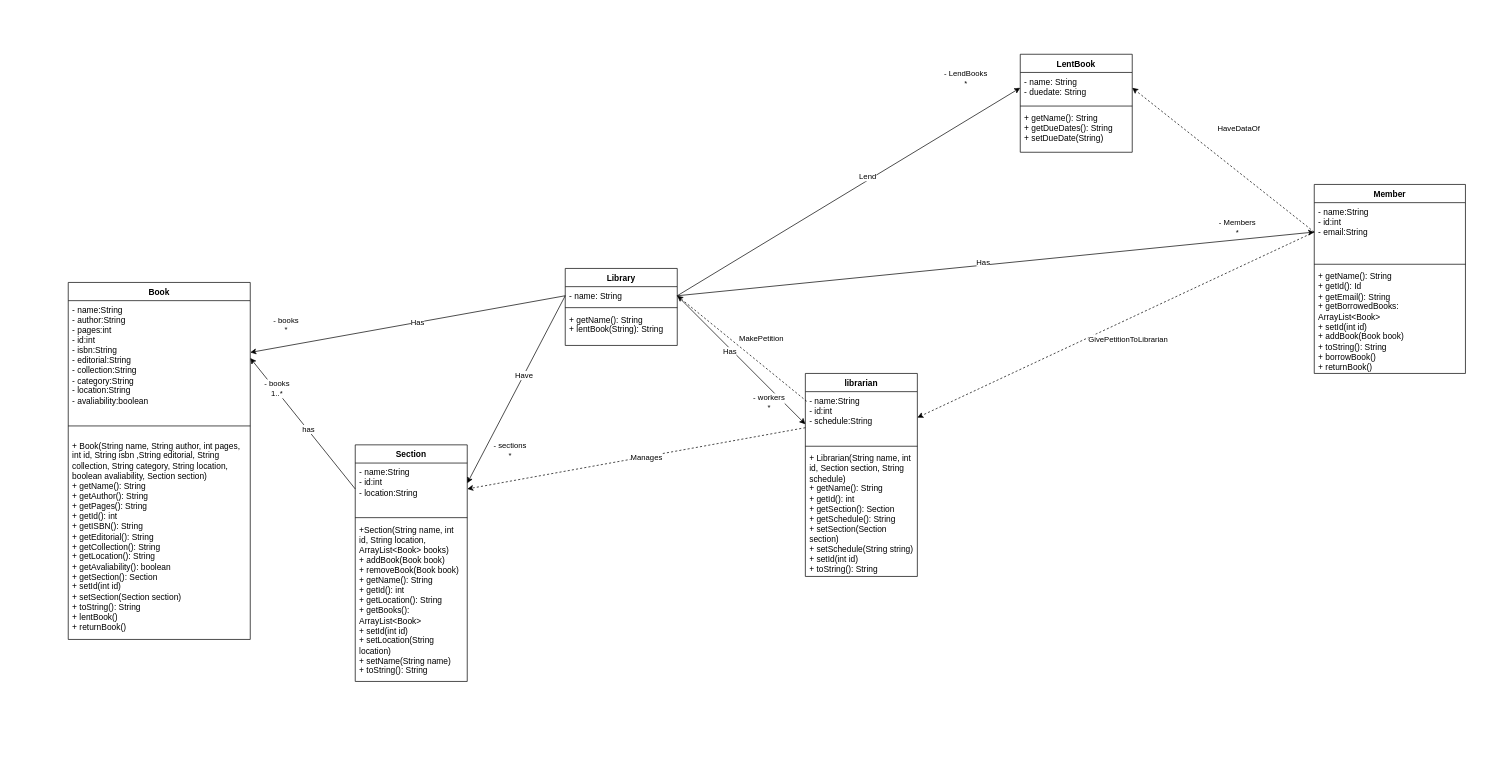
Above: Week6/Library.drawio in Julian-Florez/OOP-Project (draw.io), before the change. Source tidied: cells renumbered, new cells numbered last; positions are measured from the earlier drawing's top-left corner, leaving out a move shared by most shapes. Both pictures are drawn from the tidied source at 70%, with x=0, y=0 at pixel (68, 54).
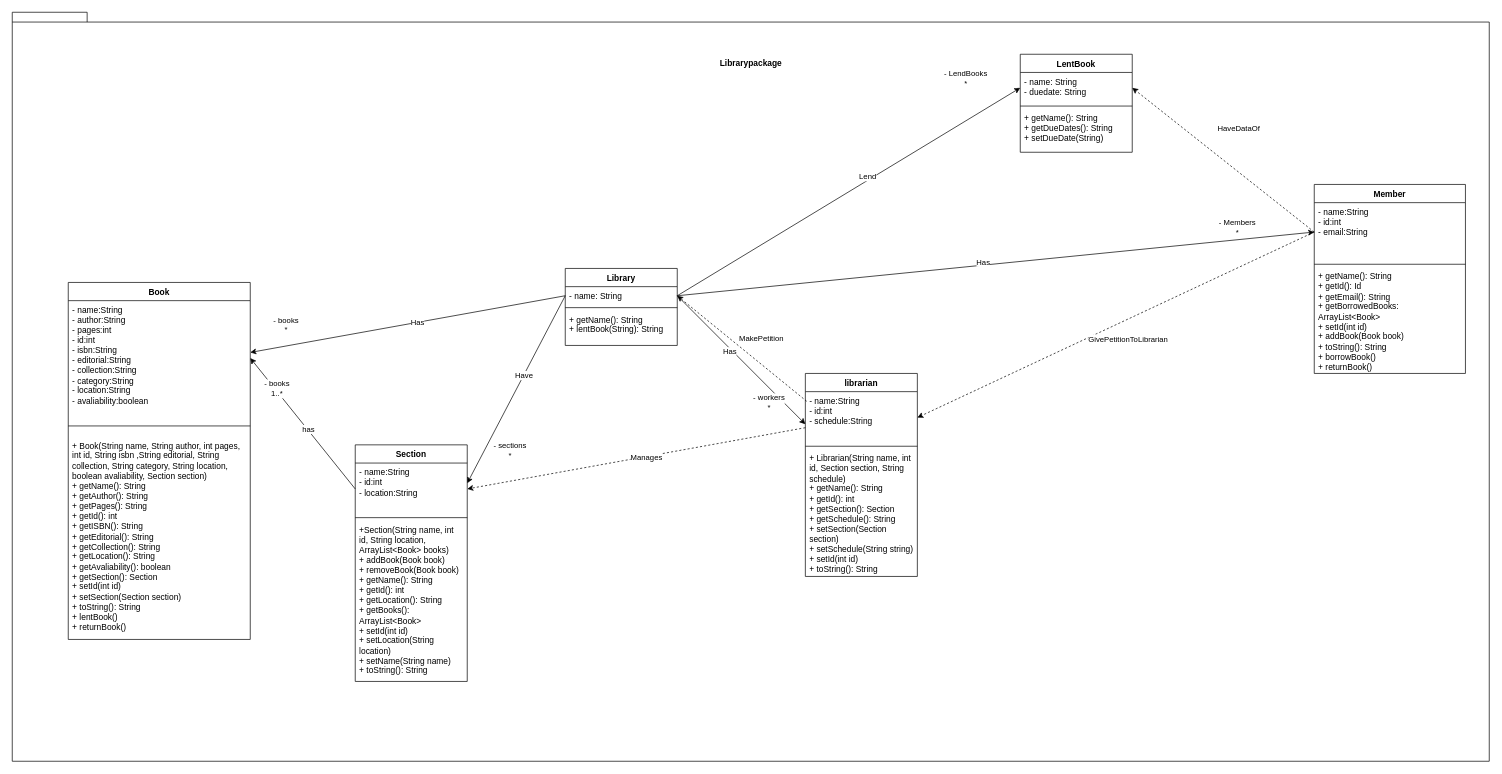
After the change.

What changed in the source:
```diff
@@
+    <mxCell id="52" value="Librarypackage&lt;br&gt;&lt;br&gt;&lt;br&gt;&lt;br&gt;&lt;br&gt;&lt;br&gt;&lt;br&gt;&lt;br&gt;&lt;br&gt;&lt;br&gt;&lt;br&gt;&lt;br&gt;&lt;br&gt;&lt;br&gt;&lt;br&gt;&lt;br&gt;&lt;br&gt;&lt;br&gt;&lt;br&gt;&lt;br&gt;&lt;br&gt;&lt;br&gt;&lt;br&gt;&lt;br&gt;&lt;br&gt;&lt;br&gt;&lt;br&gt;&lt;br&gt;&lt;br&gt;&lt;br&gt;&lt;br&gt;&lt;br&gt;&lt;br&gt;&lt;br&gt;&lt;br&gt;&lt;br&gt;&lt;br&gt;&lt;br&gt;&lt;br&gt;&lt;br&gt;&lt;br&gt;&lt;br&gt;&lt;br&gt;&lt;br&gt;&lt;br&gt;&lt;br&gt;&lt;br&gt;&lt;br&gt;&lt;br&gt;&lt;br&gt;&lt;br&gt;&lt;br&gt;&lt;br&gt;&lt;br&gt;&lt;br&gt;&lt;br&gt;&lt;br&gt;&lt;br&gt;&lt;br&gt;&lt;br&gt;&lt;br&gt;&lt;br&gt;&lt;br&gt;&lt;br&gt;&lt;br&gt;&lt;br&gt;" style="shape=folder;fontStyle=1;spacingTop=10;tabWidth=40;tabHeight=14;tabPosition=left;html=1;" parent="1" vertex="1">
+      <mxGeometry x="-80" y="-60" width="2110" height="1070" as="geometry" />
+    </mxCell>
```
